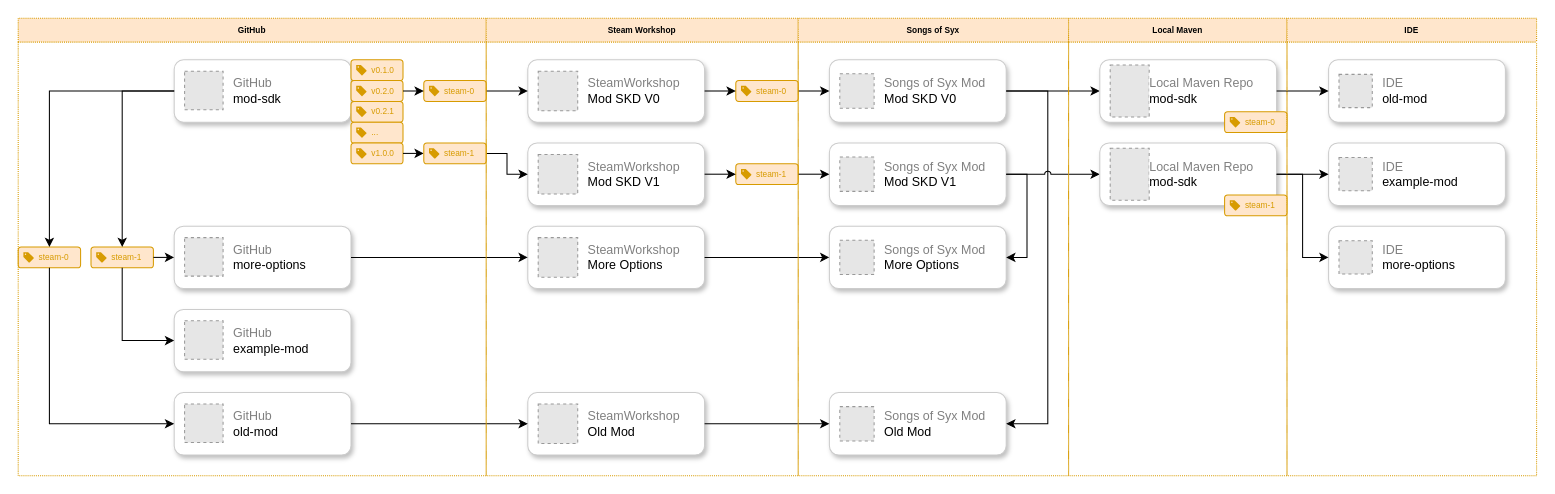
This is mod-sdk/doc/img/Mod SDK Version Madness.drawio from 4rg0n/songs-of-syx-mod-more-options, a draw.io file, before an edit. Source tidied: cells renumbered, new cells numbered last; positions are measured from the earlier drawing's top-left corner, leaving out a move shared by most shapes. Both pictures are drawn from the tidied source at 104%, with x=0, y=0 at pixel (18, 18). Pictures stored in the file or linked from it are replaced by grey dashed boxes.
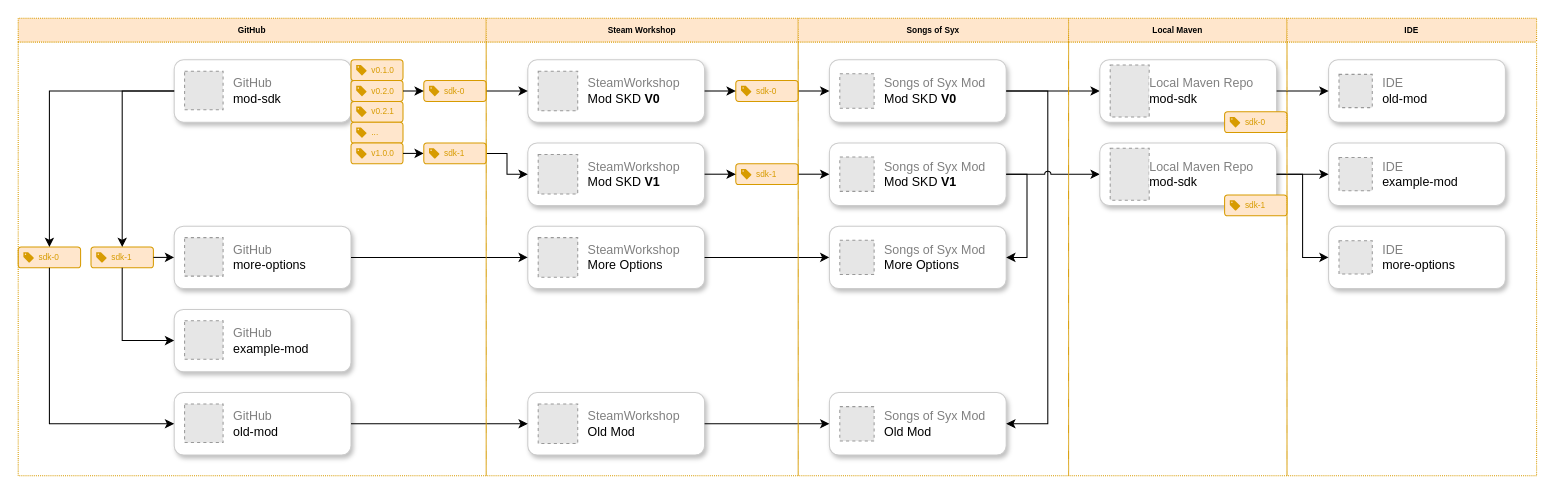
After the change.

The change refers to these unchanged cells:
```xml
<mxCell id="2" style="group;" parent="1" vertex="1">
  <mxGeometry x="490" y="40" width="170" height="60" as="geometry" />
</mxCell>
<mxCell id="11" style="group;" parent="1" vertex="1">
  <mxGeometry x="780" y="40" width="170" height="60" as="geometry" />
</mxCell>
<mxCell id="28" style="group;" parent="1" vertex="1">
  <mxGeometry x="390" y="60" width="60" height="20" as="geometry" />
</mxCell>
<mxCell id="47" style="group;" parent="1" vertex="1">
  <mxGeometry x="690" y="60" width="60" height="20" as="geometry" />
</mxCell>
<mxCell id="50" style="group;" parent="1" vertex="1">
  <mxGeometry x="490" y="120" width="170" height="60" as="geometry" />
</mxCell>
<mxCell id="61" style="group;" parent="1" vertex="1">
  <mxGeometry x="780" y="120" width="170" height="60" as="geometry" />
</mxCell>
<mxCell id="64" style="group;" parent="1" vertex="1">
  <mxGeometry x="690" y="140" width="60" height="20" as="geometry" />
</mxCell>
<mxCell id="73" style="group;" parent="1" vertex="1">
  <mxGeometry x="390" y="120" width="60" height="20" as="geometry" />
</mxCell>
<mxCell id="76" style="group;" parent="1" vertex="1">
  <mxGeometry x="70" y="220" width="60" height="20" as="geometry" />
</mxCell>
<mxCell id="85" style="group;" parent="1" vertex="1">
  <mxGeometry y="220" width="60" height="20" as="geometry" />
</mxCell>
<mxCell id="99" style="group;" parent="96" vertex="1">
  <mxGeometry x="120" y="50" width="60" height="20" as="geometry" />
</mxCell>
<mxCell id="105" style="group;" parent="102" vertex="1">
  <mxGeometry x="120" y="50" width="60" height="20" as="geometry" />
</mxCell>
```

Change to the diagram source:
```diff
@@
-    <mxCell id="4" value="&lt;font color=&quot;#808080&quot;&gt;SteamWorkshop&lt;/font&gt;&lt;br&gt;Mod SKD V0" style="fillColor=#E6E6E6;strokeColor=#999999;dashed=1;html=1;verticalAlign=middle;verticalLabelPosition=middle;labelBackgroundColor=#ffffff;labelPosition=right;align=left;spacing=10;" parent="2" vertex="1">
+    <mxCell id="4" value="&lt;font color=&quot;#808080&quot;&gt;SteamWorkshop&lt;/font&gt;&lt;br&gt;Mod SKD &lt;b&gt;V0&lt;/b&gt;" style="fillColor=#E6E6E6;strokeColor=#999999;dashed=1;html=1;verticalAlign=middle;verticalLabelPosition=middle;labelBackgroundColor=#ffffff;labelPosition=right;align=left;spacing=10;" parent="2" vertex="1">
       <mxGeometry x="10" y="11" width="38" height="38" as="geometry" />
     </mxCell>
@@
-    <mxCell id="13" value="&lt;font color=&quot;#808080&quot;&gt;Songs of Syx Mod&lt;/font&gt;&lt;br&gt;Mod SKD V0" style="fillColor=#E6E6E6;strokeColor=#999999;dashed=1;verticalLabelPosition=middle;labelBackgroundColor=default;verticalAlign=middle;spacing=10;labelPosition=right;align=left;html=1;" parent="11" vertex="1">
+    <mxCell id="13" value="&lt;font color=&quot;#808080&quot;&gt;Songs of Syx Mod&lt;/font&gt;&lt;br&gt;Mod SKD &lt;b&gt;V0&lt;/b&gt;" style="fillColor=#E6E6E6;strokeColor=#999999;dashed=1;verticalLabelPosition=middle;labelBackgroundColor=default;verticalAlign=middle;spacing=10;labelPosition=right;align=left;html=1;" parent="11" vertex="1">
       <mxGeometry x="10" y="13.5" width="33" height="33" as="geometry" />
     </mxCell>
@@
-    <mxCell id="30" value="steam-0" style="dashed=0;verticalLabelPosition=middle;verticalAlign=middle;align=left;shape=mxgraph.gmdl.promotions;strokeColor=none;fillColor=#D79B00;shadow=0;sketch=0;fontSize=8;fontColor=#D79B00;labelPosition=right;spacing=5;" parent="28" vertex="1">
+    <mxCell id="30" value="sdk-0" style="dashed=0;verticalLabelPosition=middle;verticalAlign=middle;align=left;shape=mxgraph.gmdl.promotions;strokeColor=none;fillColor=#D79B00;shadow=0;sketch=0;fontSize=8;fontColor=#D79B00;labelPosition=right;spacing=5;" parent="28" vertex="1">
       <mxGeometry x="5" y="5" width="10" height="10" as="geometry" />
     </mxCell>
@@
-    <mxCell id="49" value="steam-0" style="dashed=0;verticalLabelPosition=middle;verticalAlign=middle;align=left;shape=mxgraph.gmdl.promotions;strokeColor=none;fillColor=#D79B00;shadow=0;sketch=0;fontSize=8;fontColor=#D79B00;labelPosition=right;spacing=5;" parent="47" vertex="1">
+    <mxCell id="49" value="sdk-0" style="dashed=0;verticalLabelPosition=middle;verticalAlign=middle;align=left;shape=mxgraph.gmdl.promotions;strokeColor=none;fillColor=#D79B00;shadow=0;sketch=0;fontSize=8;fontColor=#D79B00;labelPosition=right;spacing=5;" parent="47" vertex="1">
       <mxGeometry x="5" y="5" width="10" height="10" as="geometry" />
     </mxCell>
@@
-    <mxCell id="52" value="&lt;font color=&quot;#808080&quot;&gt;SteamWorkshop&lt;/font&gt;&lt;br&gt;Mod SKD V1" style="fillColor=#E6E6E6;strokeColor=#999999;dashed=1;html=1;verticalAlign=middle;verticalLabelPosition=middle;labelBackgroundColor=#ffffff;labelPosition=right;align=left;spacing=10;" parent="50" vertex="1">
+    <mxCell id="52" value="&lt;font color=&quot;#808080&quot;&gt;SteamWorkshop&lt;/font&gt;&lt;br&gt;Mod SKD &lt;b&gt;V1&lt;/b&gt;" style="fillColor=#E6E6E6;strokeColor=#999999;dashed=1;html=1;verticalAlign=middle;verticalLabelPosition=middle;labelBackgroundColor=#ffffff;labelPosition=right;align=left;spacing=10;" parent="50" vertex="1">
       <mxGeometry x="10" y="11" width="38" height="38" as="geometry" />
     </mxCell>
@@
-    <mxCell id="63" value="&lt;font color=&quot;#808080&quot;&gt;Songs of Syx Mod&lt;/font&gt;&lt;br&gt;Mod SKD V1" style="fillColor=#E6E6E6;strokeColor=#999999;dashed=1;verticalLabelPosition=middle;labelBackgroundColor=default;verticalAlign=middle;spacing=10;labelPosition=right;align=left;html=1;" parent="61" vertex="1">
+    <mxCell id="63" value="&lt;font color=&quot;#808080&quot;&gt;Songs of Syx Mod&lt;/font&gt;&lt;br&gt;Mod SKD &lt;b&gt;V1&lt;/b&gt;" style="fillColor=#E6E6E6;strokeColor=#999999;dashed=1;verticalLabelPosition=middle;labelBackgroundColor=default;verticalAlign=middle;spacing=10;labelPosition=right;align=left;html=1;" parent="61" vertex="1">
       <mxGeometry x="10" y="13.5" width="33" height="33" as="geometry" />
     </mxCell>
@@
-    <mxCell id="66" value="steam-1" style="dashed=0;verticalLabelPosition=middle;verticalAlign=middle;align=left;shape=mxgraph.gmdl.promotions;strokeColor=none;fillColor=#D79B00;shadow=0;sketch=0;fontSize=8;fontColor=#D79B00;labelPosition=right;spacing=5;" parent="64" vertex="1">
+    <mxCell id="66" value="sdk-1" style="dashed=0;verticalLabelPosition=middle;verticalAlign=middle;align=left;shape=mxgraph.gmdl.promotions;strokeColor=none;fillColor=#D79B00;shadow=0;sketch=0;fontSize=8;fontColor=#D79B00;labelPosition=right;spacing=5;" parent="64" vertex="1">
       <mxGeometry x="5" y="5" width="10" height="10" as="geometry" />
     </mxCell>
@@
-    <mxCell id="75" value="steam-1" style="dashed=0;verticalLabelPosition=middle;verticalAlign=middle;align=left;shape=mxgraph.gmdl.promotions;strokeColor=none;fillColor=#D79B00;shadow=0;sketch=0;fontSize=8;fontColor=#D79B00;labelPosition=right;spacing=5;" parent="73" vertex="1">
+    <mxCell id="75" value="sdk-1" style="dashed=0;verticalLabelPosition=middle;verticalAlign=middle;align=left;shape=mxgraph.gmdl.promotions;strokeColor=none;fillColor=#D79B00;shadow=0;sketch=0;fontSize=8;fontColor=#D79B00;labelPosition=right;spacing=5;" parent="73" vertex="1">
       <mxGeometry x="5" y="5" width="10" height="10" as="geometry" />
     </mxCell>
@@
-    <mxCell id="78" value="steam-1" style="dashed=0;verticalLabelPosition=middle;verticalAlign=middle;align=left;shape=mxgraph.gmdl.promotions;strokeColor=none;fillColor=#D79B00;shadow=0;sketch=0;fontSize=8;fontColor=#D79B00;labelPosition=right;spacing=5;" parent="76" vertex="1">
+    <mxCell id="78" value="sdk-1" style="dashed=0;verticalLabelPosition=middle;verticalAlign=middle;align=left;shape=mxgraph.gmdl.promotions;strokeColor=none;fillColor=#D79B00;shadow=0;sketch=0;fontSize=8;fontColor=#D79B00;labelPosition=right;spacing=5;" parent="76" vertex="1">
       <mxGeometry x="5" y="5" width="10" height="10" as="geometry" />
     </mxCell>
@@
-    <mxCell id="87" value="steam-0" style="dashed=0;verticalLabelPosition=middle;verticalAlign=middle;align=left;shape=mxgraph.gmdl.promotions;strokeColor=none;fillColor=#D79B00;shadow=0;sketch=0;fontSize=8;fontColor=#D79B00;labelPosition=right;spacing=5;" parent="85" vertex="1">
+    <mxCell id="87" value="sdk-0" style="dashed=0;verticalLabelPosition=middle;verticalAlign=middle;align=left;shape=mxgraph.gmdl.promotions;strokeColor=none;fillColor=#D79B00;shadow=0;sketch=0;fontSize=8;fontColor=#D79B00;labelPosition=right;spacing=5;" parent="85" vertex="1">
       <mxGeometry x="5" y="5" width="10" height="10" as="geometry" />
     </mxCell>
@@
-    <mxCell id="101" value="steam-0" style="dashed=0;verticalLabelPosition=middle;verticalAlign=middle;align=left;shape=mxgraph.gmdl.promotions;strokeColor=none;fillColor=#D79B00;shadow=0;sketch=0;fontSize=8;fontColor=#D79B00;labelPosition=right;spacing=5;" parent="99" vertex="1">
+    <mxCell id="101" value="sdk-0" style="dashed=0;verticalLabelPosition=middle;verticalAlign=middle;align=left;shape=mxgraph.gmdl.promotions;strokeColor=none;fillColor=#D79B00;shadow=0;sketch=0;fontSize=8;fontColor=#D79B00;labelPosition=right;spacing=5;" parent="99" vertex="1">
       <mxGeometry x="5" y="5" width="10" height="10" as="geometry" />
     </mxCell>
@@
-    <mxCell id="107" value="steam-1" style="dashed=0;verticalLabelPosition=middle;verticalAlign=middle;align=left;shape=mxgraph.gmdl.promotions;strokeColor=none;fillColor=#D79B00;shadow=0;sketch=0;fontSize=8;fontColor=#D79B00;labelPosition=right;spacing=5;" parent="105" vertex="1">
+    <mxCell id="107" value="sdk-1" style="dashed=0;verticalLabelPosition=middle;verticalAlign=middle;align=left;shape=mxgraph.gmdl.promotions;strokeColor=none;fillColor=#D79B00;shadow=0;sketch=0;fontSize=8;fontColor=#D79B00;labelPosition=right;spacing=5;" parent="105" vertex="1">
       <mxGeometry x="5" y="5" width="10" height="10" as="geometry" />
     </mxCell>
```
